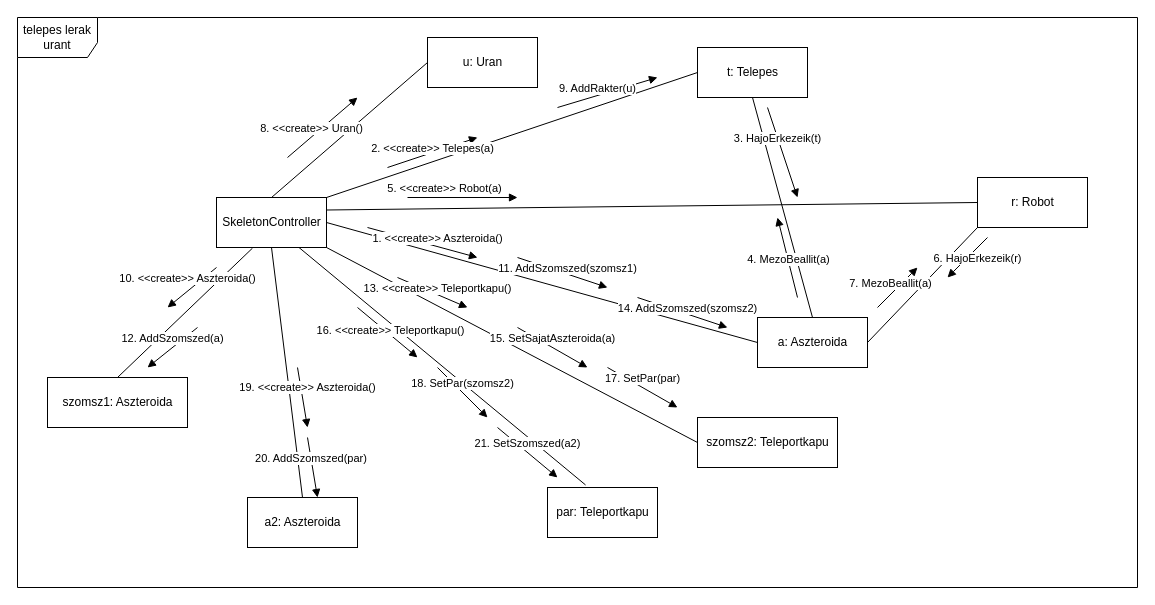
torpeBoiGo/aszteroidabanyaszat keeps this draw.io diagram as page "uran lerak" (1 of 4) of doc/kommunikacio/kom_UranLerak.drawio. Above is the earlier version. Source tidied: cells renumbered, new cells numbered last; positions are measured from the earlier drawing's top-left corner, leaving out a move shared by most shapes. Both pictures are drawn from the tidied source at 100%, with x=0, y=0 at pixel (17, 17).
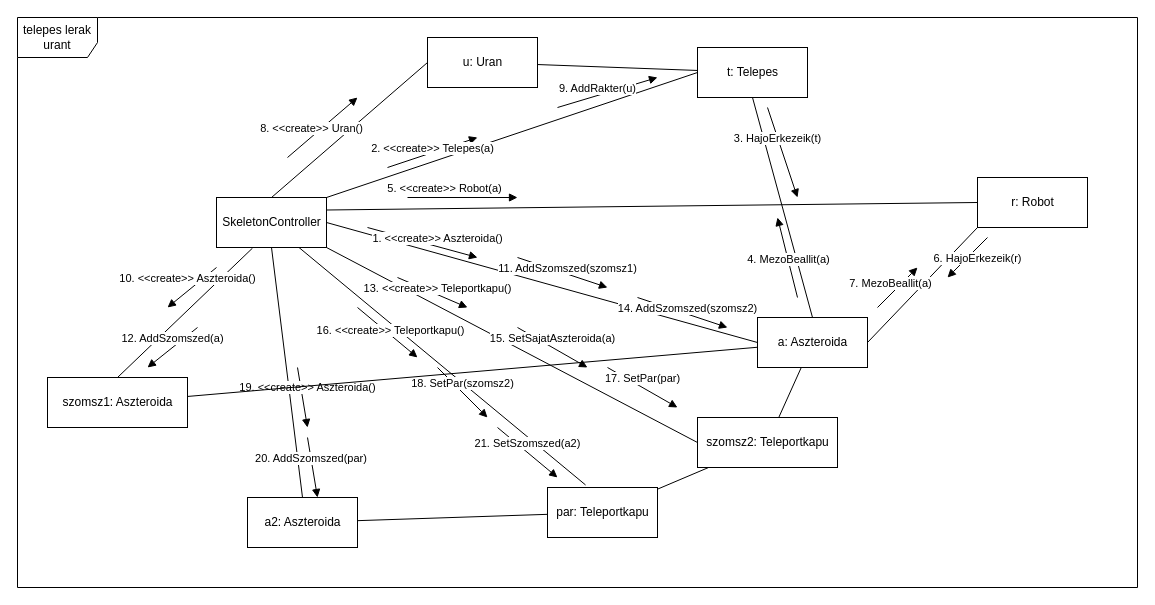
Above is the later version.

The change refers to these unchanged cells:
```xml
<mxCell id="4" value="t: Telepes" style="html=1;" parent="1" vertex="1">
  <mxGeometry x="680" y="30" width="110" height="50" as="geometry" />
</mxCell>
<mxCell id="5" value="u: Uran" style="html=1;" parent="1" vertex="1">
  <mxGeometry x="410" y="20" width="110" height="50" as="geometry" />
</mxCell>
<mxCell id="7" value="szomsz1: Aszteroida" style="html=1;" parent="1" vertex="1">
  <mxGeometry x="30" y="360" width="140" height="50" as="geometry" />
</mxCell>
<mxCell id="8" value="szomsz2: Teleportkapu" style="html=1;" parent="1" vertex="1">
  <mxGeometry x="680" y="400" width="140" height="50" as="geometry" />
</mxCell>
<mxCell id="9" value="a: Aszteroida" style="html=1;" parent="1" vertex="1">
  <mxGeometry x="740" y="300" width="110" height="50" as="geometry" />
</mxCell>
<mxCell id="33" value="par: Teleportkapu" style="html=1;" parent="1" vertex="1">
  <mxGeometry x="530" y="470" width="110" height="50" as="geometry" />
</mxCell>
<mxCell id="38" value="a2: Aszteroida" style="html=1;" parent="1" vertex="1">
  <mxGeometry x="230" y="480" width="110" height="50" as="geometry" />
</mxCell>
```

Diff of the diagram source:
```diff
@@
+    <mxCell id="43" style="endArrow=none;html=1;" parent="1" edge="1" source="5" target="4">
+      <mxGeometry relative="1" as="geometry" />
+    </mxCell>
+    <mxCell id="44" style="endArrow=none;html=1;" parent="1" edge="1" source="8" target="9">
+      <mxGeometry relative="1" as="geometry" />
+    </mxCell>
+    <mxCell id="45" style="endArrow=none;html=1;" parent="1" edge="1" source="7" target="9">
+      <mxGeometry relative="1" as="geometry" />
+    </mxCell>
+    <mxCell id="46" style="endArrow=none;html=1;" parent="1" edge="1" source="38" target="33">
+      <mxGeometry relative="1" as="geometry" />
+    </mxCell>
+    <mxCell id="47" style="endArrow=none;html=1;" parent="1" edge="1" source="33" target="8">
+      <mxGeometry relative="1" as="geometry" />
+    </mxCell>
```
